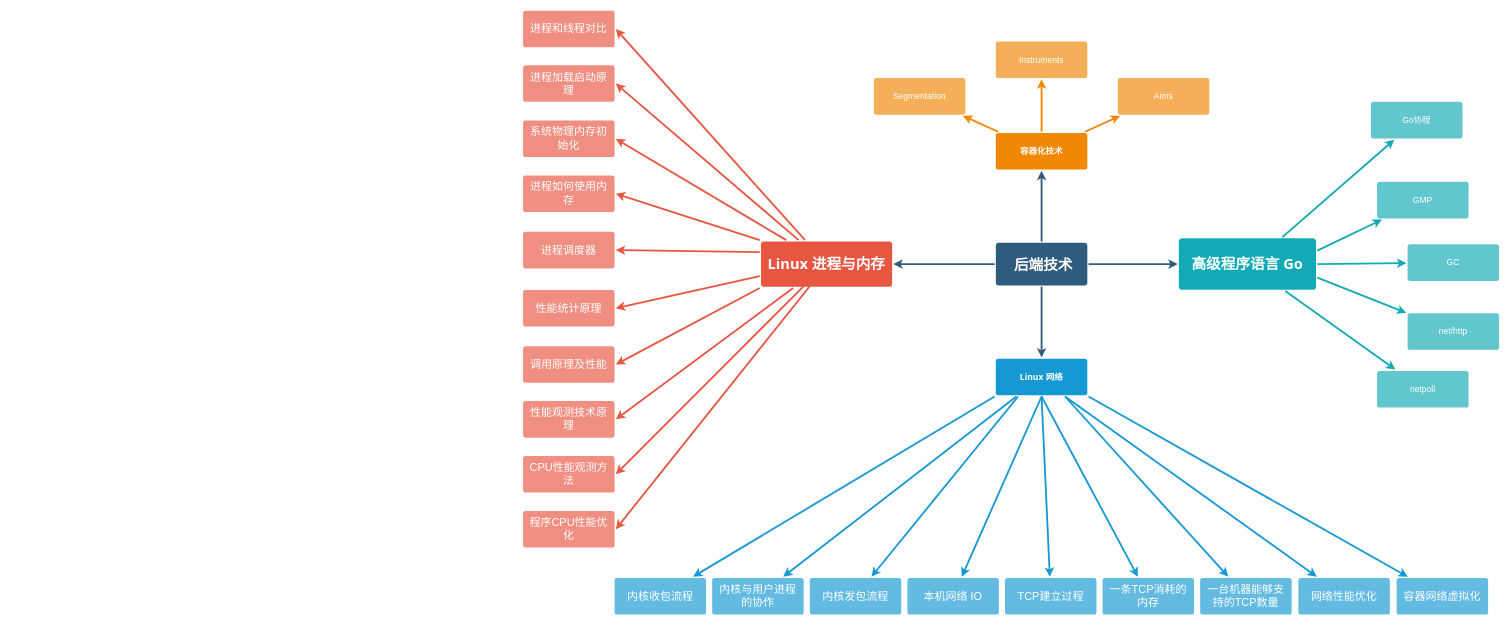
Before: Backend Diagram.drawio in GIS142857/UML, a draw.io diagram. Source tidied: cells renumbered, new cells numbered last; positions are measured from the earlier drawing's top-left corner, leaving out a move shared by most shapes. Both pictures are drawn from the tidied source at 61%, with x=0, y=0 at pixel (523, 10).
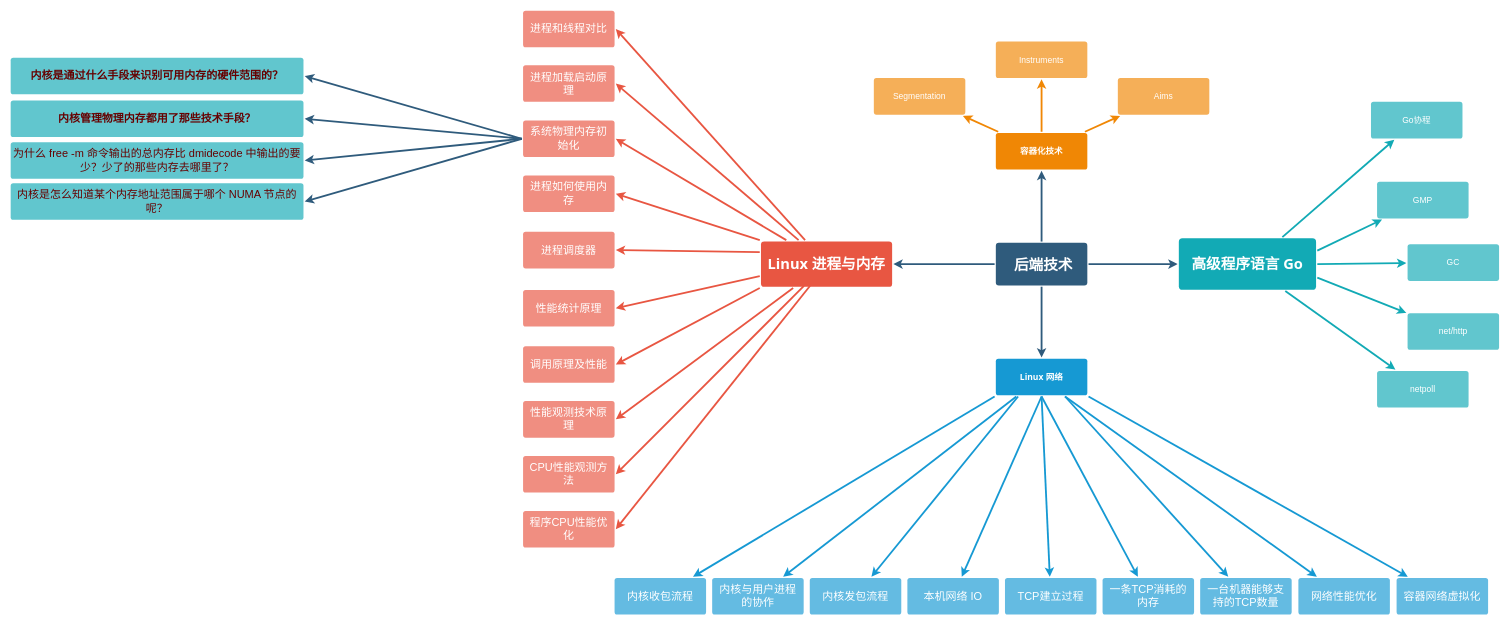
After the change.

The change refers to these unchanged cells:
```xml
<mxCell id="11" value="&lt;font style=&quot;font-size: 18px;&quot;&gt;系统物理内存初始化&lt;/font&gt;" style="rounded=1;whiteSpace=wrap;html=1;shadow=0;labelBackgroundColor=none;strokeColor=none;strokeWidth=3;fillColor=#f08e81;fontFamily=Helvetica;fontSize=14;fontColor=#FFFFFF;align=center;spacing=5;fontStyle=0;arcSize=7;perimeterSpacing=2;" parent="1" vertex="1">
  <mxGeometry y="180" width="150" height="60" as="geometry" />
</mxCell>
```

Change to the diagram source:
```diff
@@
+    <mxCell id="65" value="&lt;font color=&quot;#660000&quot; style=&quot;font-size: 18px;&quot;&gt;&lt;b style=&quot;&quot;&gt;内核是通过什么手段来识别可用内存的硬件范围的？&lt;/b&gt;&lt;/font&gt;" style="rounded=1;whiteSpace=wrap;html=1;shadow=0;labelBackgroundColor=none;strokeColor=none;strokeWidth=3;fillColor=#61c6ce;fontFamily=Helvetica;fontSize=14;fontColor=#FFFFFF;align=center;spacing=5;fontStyle=0;arcSize=7;perimeterSpacing=2;" parent="1" vertex="1">
+      <mxGeometry x="-840" y="77.2" width="480" height="60" as="geometry" />
+    </mxCell>
+    <mxCell id="66" value="&lt;span style=&quot;font-size: 18px;&quot;&gt;&lt;b style=&quot;&quot;&gt;&lt;font color=&quot;#660000&quot;&gt;内核管理物理内存都用了那些技术手段？&lt;/font&gt;&lt;/b&gt;&lt;/span&gt;" style="rounded=1;whiteSpace=wrap;html=1;shadow=0;labelBackgroundColor=none;strokeColor=none;strokeWidth=3;fillColor=#61c6ce;fontFamily=Helvetica;fontSize=14;fontColor=#FFFFFF;align=center;spacing=5;fontStyle=0;arcSize=7;perimeterSpacing=2;" parent="1" vertex="1">
+      <mxGeometry x="-840" y="147.2" width="480" height="60" as="geometry" />
+    </mxCell>
+    <mxCell id="67" value="&lt;font color=&quot;#660000&quot; style=&quot;font-size: 18px;&quot;&gt;为什么 free -m 命令输出的总内存比 dmidecode 中输出的要少？少了的那些内存去哪里了？&lt;/font&gt;" style="rounded=1;whiteSpace=wrap;html=1;shadow=0;labelBackgroundColor=none;strokeColor=none;strokeWidth=3;fillColor=#61c6ce;fontFamily=Helvetica;fontSize=14;fontColor=#FFFFFF;align=center;spacing=5;fontStyle=0;arcSize=7;perimeterSpacing=2;" parent="1" vertex="1">
+      <mxGeometry x="-840" y="215.5" width="480" height="60" as="geometry" />
+    </mxCell>
+    <mxCell id="68" value="&lt;font color=&quot;#660000&quot;&gt;&lt;span style=&quot;font-size: 18px;&quot;&gt;内核是怎么知道某个内存地址范围属于哪个 NUMA 节点的呢？&lt;/span&gt;&lt;/font&gt;" style="rounded=1;whiteSpace=wrap;html=1;shadow=0;labelBackgroundColor=none;strokeColor=none;strokeWidth=3;fillColor=#61c6ce;fontFamily=Helvetica;fontSize=14;fontColor=#FFFFFF;align=center;spacing=5;fontStyle=0;arcSize=7;perimeterSpacing=2;" parent="1" vertex="1">
+      <mxGeometry x="-840" y="282.8" width="480" height="60" as="geometry" />
+    </mxCell>
+    <mxCell id="69" style="edgeStyle=none;rounded=0;jumpStyle=none;html=1;shadow=0;labelBackgroundColor=none;startArrow=none;startFill=0;endArrow=classic;endFill=1;jettySize=auto;strokeColor=#2F5B7C;strokeWidth=3;fontFamily=Helvetica;fontSize=16;fontColor=#23445D;spacing=5;exitX=0;exitY=0.5;exitDx=0;exitDy=0;entryX=1;entryY=0.5;entryDx=0;entryDy=0;" parent="1" edge="1" source="11" target="65">
+      <mxGeometry relative="1" as="geometry" />
+    </mxCell>
+    <mxCell id="70" style="edgeStyle=none;rounded=0;jumpStyle=none;html=1;shadow=0;labelBackgroundColor=none;startArrow=none;startFill=0;endArrow=classic;endFill=1;jettySize=auto;strokeColor=#2F5B7C;strokeWidth=3;fontFamily=Helvetica;fontSize=16;fontColor=#23445D;spacing=5;exitX=0;exitY=0.5;exitDx=0;exitDy=0;entryX=1;entryY=0.5;entryDx=0;entryDy=0;" parent="1" edge="1" source="11" target="67">
+      <mxGeometry relative="1" as="geometry" />
+    </mxCell>
+    <mxCell id="71" style="edgeStyle=none;rounded=0;jumpStyle=none;html=1;shadow=0;labelBackgroundColor=none;startArrow=none;startFill=0;endArrow=classic;endFill=1;jettySize=auto;strokeColor=#2F5B7C;strokeWidth=3;fontFamily=Helvetica;fontSize=16;fontColor=#23445D;spacing=5;exitX=0;exitY=0.5;exitDx=0;exitDy=0;entryX=1;entryY=0.5;entryDx=0;entryDy=0;" parent="1" edge="1" source="11" target="66">
+      <mxGeometry relative="1" as="geometry" />
+    </mxCell>
+    <mxCell id="72" style="edgeStyle=none;rounded=0;jumpStyle=none;html=1;shadow=0;labelBackgroundColor=none;startArrow=none;startFill=0;endArrow=classic;endFill=1;jettySize=auto;strokeColor=#2F5B7C;strokeWidth=3;fontFamily=Helvetica;fontSize=16;fontColor=#23445D;spacing=5;exitX=0;exitY=0.5;exitDx=0;exitDy=0;entryX=1;entryY=0.5;entryDx=0;entryDy=0;" parent="1" edge="1" source="11" target="68">
+      <mxGeometry relative="1" as="geometry" />
+    </mxCell>
```
